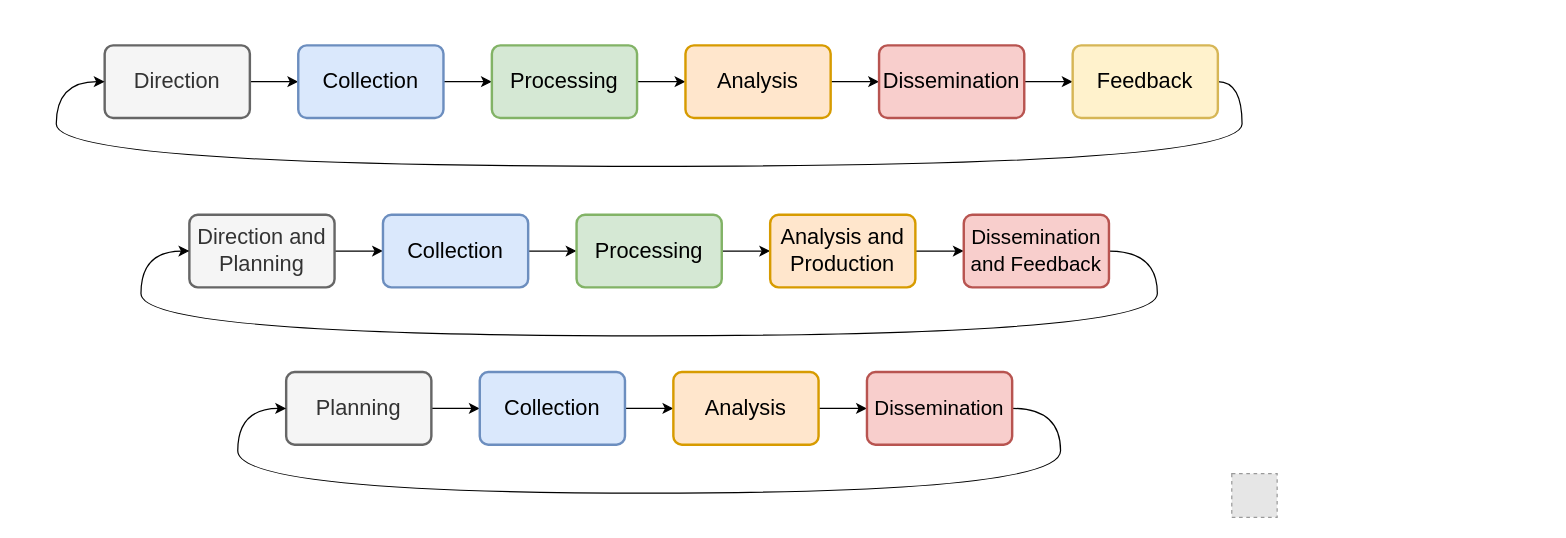
qeeqbox/threat-intelligence keeps this draw.io diagram as threat-intelligence.drawio. Above is the earlier version. Source tidied: cells renumbered, new cells numbered last; positions are measured from the earlier drawing's top-left corner, leaving out a move shared by most shapes. Both pictures are drawn from the tidied source at 121%, with x=0, y=0 at pixel (21, 21). Pictures stored in the file or linked from it are replaced by grey dashed boxes.
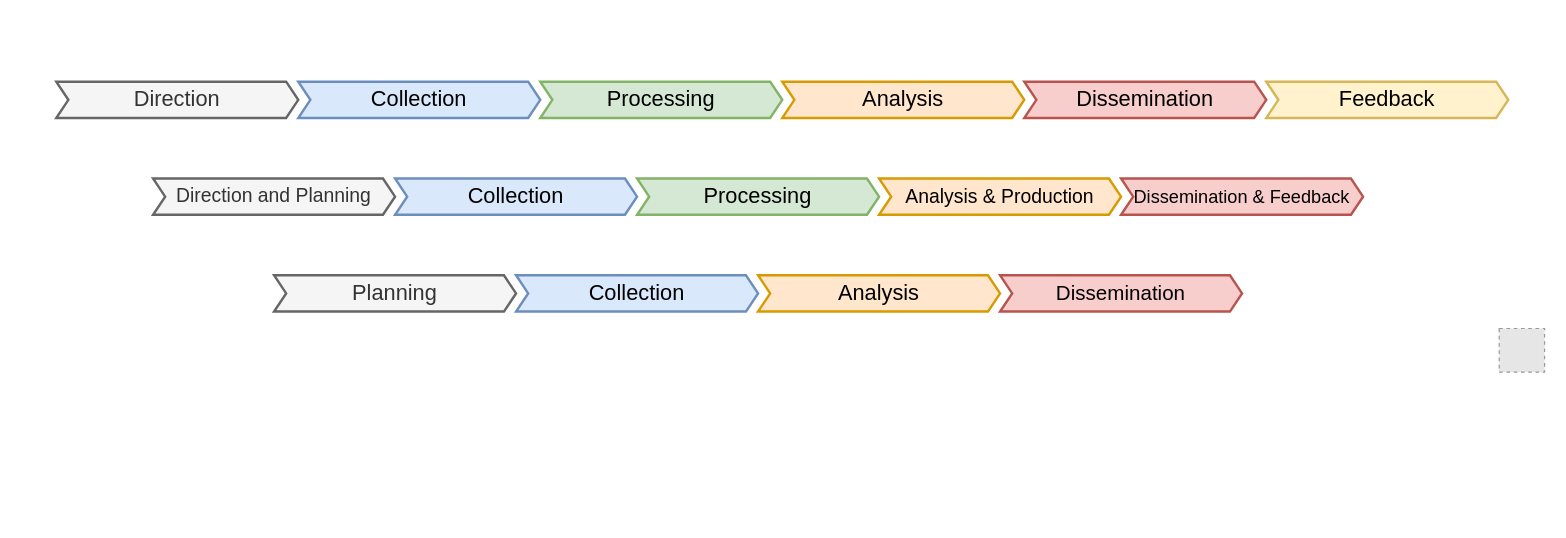
After the change.

What changed in the source:
```diff
@@
     <mxCell id="2" style="rounded=0;whiteSpace=wrap;html=1;fontSize=17;strokeColor=none;fillColor=#FFFFFF;" parent="1" vertex="1">
-      <mxGeometry width="1038" height="410" as="geometry" />
+      <mxGeometry width="1259" height="290" as="geometry" />
     </mxCell>
-    <mxCell id="3" style="edgeStyle=orthogonalEdgeStyle;rounded=0;jettySize=auto;html=1;exitX=1;exitY=0.5;exitDx=0;exitDy=0;fontSize=18;entryX=0;entryY=0.5;entryDx=0;entryDy=0;" parent="1" edge="1" source="4" target="6">
-      <mxGeometry relative="1" as="geometry" />
-    </mxCell>
-    <mxCell id="4" value="Direction" style="rounded=1;whiteSpace=wrap;html=1;absoluteArcSize=1;arcSize=14;strokeWidth=2;fillColor=#f5f5f5;strokeColor=#666666;fontColor=#333333;fontSize=18;" parent="1" vertex="1">
-      <mxGeometry x="69" y="20" width="120" height="60" as="geometry" />
+    <mxCell id="4" value="&lt;span style=&quot;color: rgb(51, 51, 51); font-size: 18px; font-weight: 400;&quot;&gt;Direction&lt;/span&gt;" style="shape=step;perimeter=stepPerimeter;whiteSpace=wrap;html=1;fixedSize=1;size=10;fillColor=#f5f5f5;strokeColor=#666666;fontSize=18;fontColor=#333333;fontStyle=1;align=center;rounded=0;arcSize=14;strokeWidth=2;" parent="1" vertex="1">
+      <mxGeometry x="29" y="50" width="200" height="30" as="geometry" />
     </mxCell>
-    <mxCell id="5" style="edgeStyle=orthogonalEdgeStyle;rounded=0;jettySize=auto;html=1;exitX=1;exitY=0.5;exitDx=0;exitDy=0;entryX=0;entryY=0.5;entryDx=0;entryDy=0;fontSize=18;" parent="1" edge="1" source="6" target="8">
-      <mxGeometry relative="1" as="geometry" />
-    </mxCell>
-    <mxCell id="6" value="Collection" style="rounded=1;whiteSpace=wrap;html=1;absoluteArcSize=1;arcSize=14;strokeWidth=2;fillColor=#dae8fc;strokeColor=#6c8ebf;fontSize=18;" parent="1" vertex="1">
-      <mxGeometry x="229" y="20" width="120" height="60" as="geometry" />
-    </mxCell>
-    <mxCell id="7" style="edgeStyle=orthogonalEdgeStyle;rounded=0;jettySize=auto;html=1;exitX=1;exitY=0.5;exitDx=0;exitDy=0;entryX=0;entryY=0.5;entryDx=0;entryDy=0;fontSize=18;" parent="1" edge="1" source="8" target="10">
-      <mxGeometry relative="1" as="geometry" />
-    </mxCell>
-    <mxCell id="8" value="Processing" style="rounded=1;whiteSpace=wrap;html=1;absoluteArcSize=1;arcSize=14;strokeWidth=2;fillColor=#d5e8d4;strokeColor=#82b366;fontSize=18;" parent="1" vertex="1">
-      <mxGeometry x="389" y="20" width="120" height="60" as="geometry" />
-    </mxCell>
-    <mxCell id="9" style="edgeStyle=orthogonalEdgeStyle;rounded=0;jettySize=auto;html=1;exitX=1;exitY=0.5;exitDx=0;exitDy=0;entryX=0;entryY=0.5;entryDx=0;entryDy=0;fontSize=18;" parent="1" edge="1" source="10" target="12">
-      <mxGeometry relative="1" as="geometry" />
-    </mxCell>
-    <mxCell id="10" value="Analysis" style="rounded=1;whiteSpace=wrap;html=1;absoluteArcSize=1;arcSize=14;strokeWidth=2;fillColor=#ffe6cc;strokeColor=#d79b00;fontSize=18;" parent="1" vertex="1">
-      <mxGeometry x="549" y="20" width="120" height="60" as="geometry" />
-    </mxCell>
-    <mxCell id="11" style="edgeStyle=orthogonalEdgeStyle;rounded=0;jettySize=auto;html=1;exitX=1;exitY=0.5;exitDx=0;exitDy=0;entryX=0;entryY=0.5;entryDx=0;entryDy=0;fontSize=18;" parent="1" edge="1" source="12" target="14">
-      <mxGeometry relative="1" as="geometry" />
-    </mxCell>
-    <mxCell id="12" value="Dissemination" style="rounded=1;whiteSpace=wrap;html=1;absoluteArcSize=1;arcSize=14;strokeWidth=2;fillColor=#f8cecc;strokeColor=#b85450;fontSize=18;" parent="1" vertex="1">
-      <mxGeometry x="709" y="20" width="120" height="60" as="geometry" />
-    </mxCell>
-    <mxCell id="13" style="edgeStyle=orthogonalEdgeStyle;jettySize=auto;html=1;exitX=1;exitY=0.5;exitDx=0;exitDy=0;fontSize=18;entryX=0;entryY=0.5;entryDx=0;entryDy=0;curved=1;" parent="1" edge="1" source="14" target="4">
-      <mxGeometry relative="1" as="geometry">
-        <Array as="points">
-          <mxPoint x="1009" y="50" />
-          <mxPoint x="1009" y="120" />
-          <mxPoint x="29" y="120" />
-          <mxPoint x="29" y="50" />
-        </Array>
-      </mxGeometry>
-    </mxCell>
+    <mxCell id="15" style="fillColor=#E6E6E6;strokeColor=#999999;dashed=1;verticalLabelPosition=bottom;labelBackgroundColor=default;verticalAlign=top;" parent="1" vertex="1">
+      <mxGeometry x="1221.5" y="254" width="37.5" height="36" as="geometry" />
+    </mxCell>
+    <mxCell id="34" value="&lt;span style=&quot;color: rgb(0, 0, 0); font-size: 18px; font-weight: 400;&quot;&gt;Collection&lt;/span&gt;" style="shape=step;perimeter=stepPerimeter;whiteSpace=wrap;html=1;fixedSize=1;size=10;fillColor=#dae8fc;strokeColor=#6c8ebf;fontSize=18;fontColor=default;fontStyle=1;align=center;rounded=0;arcSize=14;strokeWidth=2;" parent="1" vertex="1">
+      <mxGeometry x="229" y="50" width="200" height="30" as="geometry" />
+    </mxCell>
+    <mxCell id="35" value="&lt;span style=&quot;color: rgb(0, 0, 0); font-size: 18px; font-weight: 400;&quot;&gt;Processing&lt;/span&gt;" style="shape=step;perimeter=stepPerimeter;whiteSpace=wrap;html=1;fixedSize=1;size=10;fillColor=#d5e8d4;strokeColor=#82b366;fontSize=18;fontColor=default;fontStyle=1;align=center;rounded=0;arcSize=14;strokeWidth=2;" parent="1" vertex="1">
+      <mxGeometry x="429" y="50" width="200" height="30" as="geometry" />
+    </mxCell>
+    <mxCell id="36" value="&lt;span style=&quot;color: rgb(0, 0, 0); font-size: 18px; font-weight: 400;&quot;&gt;Analysis&lt;/span&gt;" style="shape=step;perimeter=stepPerimeter;whiteSpace=wrap;html=1;fixedSize=1;size=10;fillColor=#ffe6cc;strokeColor=#d79b00;fontSize=18;fontColor=default;fontStyle=1;align=center;rounded=0;arcSize=14;strokeWidth=2;" parent="1" vertex="1">
+      <mxGeometry x="629" y="50" width="200" height="30" as="geometry" />
+    </mxCell>
+    <mxCell id="37" value="&lt;span style=&quot;color: rgb(0, 0, 0); font-size: 18px; font-weight: 400;&quot;&gt;Dissemination&lt;/span&gt;" style="shape=step;perimeter=stepPerimeter;whiteSpace=wrap;html=1;fixedSize=1;size=10;fillColor=#f8cecc;strokeColor=#b85450;fontSize=18;fontColor=default;fontStyle=1;align=center;rounded=0;arcSize=14;strokeWidth=2;" parent="1" vertex="1">
+      <mxGeometry x="829" y="50" width="200" height="30" as="geometry" />
+    </mxCell>
-    <mxCell id="14" value="Feedback" style="rounded=1;whiteSpace=wrap;html=1;absoluteArcSize=1;arcSize=14;strokeWidth=2;fillColor=#fff2cc;strokeColor=#d6b656;fontSize=18;" parent="1" vertex="1">
-      <mxGeometry x="869" y="20" width="120" height="60" as="geometry" />
+    <mxCell id="14" value="&lt;span style=&quot;color: rgb(0, 0, 0); font-size: 18px; font-weight: 400;&quot;&gt;Feedback&lt;/span&gt;" style="shape=step;perimeter=stepPerimeter;whiteSpace=wrap;html=1;fixedSize=1;size=10;fillColor=#fff2cc;strokeColor=#d6b656;fontSize=18;fontColor=default;fontStyle=1;align=center;rounded=0;arcSize=14;strokeWidth=2;" parent="1" vertex="1">
+      <mxGeometry x="1029" y="50" width="200" height="30" as="geometry" />
     </mxCell>
-    <mxCell id="15" style="fillColor=#E6E6E6;strokeColor=#999999;dashed=1;verticalLabelPosition=bottom;labelBackgroundColor=default;verticalAlign=top;" parent="1" vertex="1">
-      <mxGeometry x="1000.5" y="374" width="37.5" height="36" as="geometry" />
-    </mxCell>
-    <mxCell id="16" style="edgeStyle=orthogonalEdgeStyle;rounded=0;jettySize=auto;html=1;exitX=1;exitY=0.5;exitDx=0;exitDy=0;fontSize=18;entryX=0;entryY=0.5;entryDx=0;entryDy=0;" parent="1" edge="1" source="17" target="19">
-      <mxGeometry relative="1" as="geometry" />
-    </mxCell>
+    <mxCell id="27" value="&lt;span style=&quot;font-weight: 400;&quot;&gt;Planning&lt;/span&gt;" style="shape=step;perimeter=stepPerimeter;whiteSpace=wrap;html=1;fixedSize=1;size=10;fillColor=#f5f5f5;strokeColor=#666666;fontSize=18;fontColor=#333333;fontStyle=1;align=center;rounded=0;arcSize=14;strokeWidth=2;" parent="1" vertex="1">
+      <mxGeometry x="209" y="210" width="200" height="30" as="geometry" />
+    </mxCell>
+    <mxCell id="38" value="&lt;span style=&quot;color: rgb(0, 0, 0); font-size: 18px; font-weight: 400;&quot;&gt;Collection&lt;/span&gt;" style="shape=step;perimeter=stepPerimeter;whiteSpace=wrap;html=1;fixedSize=1;size=10;fillColor=#dae8fc;strokeColor=#6c8ebf;fontSize=18;fontColor=default;fontStyle=1;align=center;rounded=0;arcSize=14;strokeWidth=2;" parent="1" vertex="1">
+      <mxGeometry x="409" y="210" width="200" height="30" as="geometry" />
+    </mxCell>
+    <mxCell id="39" value="&lt;span style=&quot;font-weight: 400;&quot;&gt;Analysis&lt;/span&gt;" style="shape=step;perimeter=stepPerimeter;whiteSpace=wrap;html=1;fixedSize=1;size=10;fillColor=#ffe6cc;strokeColor=#d79b00;fontSize=18;fontColor=default;fontStyle=1;align=center;rounded=0;arcSize=14;strokeWidth=2;" parent="1" vertex="1">
+      <mxGeometry x="609" y="210" width="200" height="30" as="geometry" />
+    </mxCell>
+    <mxCell id="40" value="&lt;span style=&quot;font-size: 17px; font-weight: 400;&quot;&gt;Dissemination&lt;/span&gt;" style="shape=step;perimeter=stepPerimeter;whiteSpace=wrap;html=1;fixedSize=1;size=10;fillColor=#f8cecc;strokeColor=#b85450;fontSize=18;fontColor=default;fontStyle=1;align=center;rounded=0;arcSize=14;strokeWidth=2;" parent="1" vertex="1">
+      <mxGeometry x="809" y="210" width="200" height="30" as="geometry" />
+    </mxCell>
-    <mxCell id="17" value="Direction and Planning" style="rounded=1;whiteSpace=wrap;html=1;absoluteArcSize=1;arcSize=14;strokeWidth=2;fillColor=#f5f5f5;strokeColor=#666666;fontColor=#333333;fontSize=18;" parent="1" vertex="1">
-      <mxGeometry x="139" y="160" width="120" height="60" as="geometry" />
+    <mxCell id="17" value="&lt;span style=&quot;font-weight: 400;&quot;&gt;&lt;font style=&quot;font-size: 16px;&quot;&gt;Direction and Planning&lt;/font&gt;&lt;/span&gt;" style="shape=step;perimeter=stepPerimeter;whiteSpace=wrap;html=1;fixedSize=1;size=10;fillColor=#f5f5f5;strokeColor=#666666;fontSize=17;fontColor=#333333;fontStyle=1;align=center;rounded=0;arcSize=14;strokeWidth=2;" parent="1" vertex="1">
+      <mxGeometry x="109" y="130" width="200" height="30" as="geometry" />
     </mxCell>
-    <mxCell id="18" style="edgeStyle=orthogonalEdgeStyle;rounded=0;jettySize=auto;html=1;exitX=1;exitY=0.5;exitDx=0;exitDy=0;entryX=0;entryY=0.5;entryDx=0;entryDy=0;fontSize=18;" parent="1" edge="1" source="19" target="21">
-      <mxGeometry relative="1" as="geometry" />
-    </mxCell>
-    <mxCell id="19" value="Collection" style="rounded=1;whiteSpace=wrap;html=1;absoluteArcSize=1;arcSize=14;strokeWidth=2;fillColor=#dae8fc;strokeColor=#6c8ebf;fontSize=18;" parent="1" vertex="1">
-      <mxGeometry x="299" y="160" width="120" height="60" as="geometry" />
-    </mxCell>
-    <mxCell id="20" style="edgeStyle=orthogonalEdgeStyle;rounded=0;jettySize=auto;html=1;exitX=1;exitY=0.5;exitDx=0;exitDy=0;entryX=0;entryY=0.5;entryDx=0;entryDy=0;fontSize=18;" parent="1" edge="1" source="21" target="23">
-      <mxGeometry relative="1" as="geometry" />
-    </mxCell>
-    <mxCell id="21" value="Processing" style="rounded=1;whiteSpace=wrap;html=1;absoluteArcSize=1;arcSize=14;strokeWidth=2;fillColor=#d5e8d4;strokeColor=#82b366;fontSize=18;" parent="1" vertex="1">
-      <mxGeometry x="459" y="160" width="120" height="60" as="geometry" />
-    </mxCell>
-    <mxCell id="22" style="edgeStyle=orthogonalEdgeStyle;rounded=0;jettySize=auto;html=1;exitX=1;exitY=0.5;exitDx=0;exitDy=0;entryX=0;entryY=0.5;entryDx=0;entryDy=0;fontSize=18;" parent="1" edge="1" source="23">
-      <mxGeometry relative="1" as="geometry">
-        <mxPoint x="779" y="190" as="targetPoint" />
-      </mxGeometry>
-    </mxCell>
-    <mxCell id="23" value="Analysis and Production" style="rounded=1;whiteSpace=wrap;html=1;absoluteArcSize=1;arcSize=14;strokeWidth=2;fillColor=#ffe6cc;strokeColor=#d79b00;fontSize=18;" parent="1" vertex="1">
-      <mxGeometry x="619" y="160" width="120" height="60" as="geometry" />
-    </mxCell>
-    <mxCell id="24" style="edgeStyle=orthogonalEdgeStyle;jettySize=auto;html=1;exitX=1;exitY=0.5;exitDx=0;exitDy=0;fontSize=18;entryX=0;entryY=0.5;entryDx=0;entryDy=0;curved=1;" parent="1" edge="1" source="25" target="17">
-      <mxGeometry relative="1" as="geometry">
-        <Array as="points">
-          <mxPoint x="939" y="190" />
-          <mxPoint x="939" y="260" />
-          <mxPoint x="99" y="260" />
-          <mxPoint x="99" y="190" />
-        </Array>
-      </mxGeometry>
-    </mxCell>
-    <mxCell id="25" value="&lt;font style=&quot;font-size: 17px;&quot;&gt;Dissemination and Feedback&lt;/font&gt;" style="rounded=1;whiteSpace=wrap;html=1;absoluteArcSize=1;arcSize=14;strokeWidth=2;fillColor=#f8cecc;strokeColor=#b85450;fontSize=18;" parent="1" vertex="1">
-      <mxGeometry x="779" y="160" width="120" height="60" as="geometry" />
-    </mxCell>
-    <mxCell id="26" style="edgeStyle=orthogonalEdgeStyle;rounded=0;jettySize=auto;html=1;exitX=1;exitY=0.5;exitDx=0;exitDy=0;entryX=0;entryY=0.5;entryDx=0;entryDy=0;fontSize=18;" parent="1" edge="1" source="27" target="29">
-      <mxGeometry relative="1" as="geometry" />
-    </mxCell>
-    <mxCell id="27" value="&lt;span style=&quot;color: rgb(51, 51, 51);&quot;&gt;Planning&lt;/span&gt;" style="rounded=1;whiteSpace=wrap;html=1;absoluteArcSize=1;arcSize=14;strokeWidth=2;fillColor=#f5f5f5;strokeColor=#666666;fontSize=18;fontColor=#333333;" parent="1" vertex="1">
-      <mxGeometry x="219" y="290" width="120" height="60" as="geometry" />
-    </mxCell>
-    <mxCell id="28" style="edgeStyle=orthogonalEdgeStyle;rounded=0;jettySize=auto;html=1;exitX=1;exitY=0.5;exitDx=0;exitDy=0;entryX=0;entryY=0.5;entryDx=0;entryDy=0;fontSize=18;" parent="1" edge="1" source="29" target="31">
-      <mxGeometry relative="1" as="geometry" />
-    </mxCell>
-    <mxCell id="29" value="Collection" style="rounded=1;whiteSpace=wrap;html=1;absoluteArcSize=1;arcSize=14;strokeWidth=2;fillColor=#dae8fc;strokeColor=#6c8ebf;fontSize=18;" parent="1" vertex="1">
-      <mxGeometry x="379" y="290" width="120" height="60" as="geometry" />
-    </mxCell>
-    <mxCell id="30" style="edgeStyle=orthogonalEdgeStyle;rounded=0;jettySize=auto;html=1;exitX=1;exitY=0.5;exitDx=0;exitDy=0;entryX=0;entryY=0.5;entryDx=0;entryDy=0;fontSize=18;" parent="1" edge="1" source="31">
-      <mxGeometry relative="1" as="geometry">
-        <mxPoint x="699" y="320" as="targetPoint" />
-      </mxGeometry>
-    </mxCell>
-    <mxCell id="31" value="Analysis" style="rounded=1;whiteSpace=wrap;html=1;absoluteArcSize=1;arcSize=14;strokeWidth=2;fillColor=#ffe6cc;strokeColor=#d79b00;fontSize=18;" parent="1" vertex="1">
-      <mxGeometry x="539" y="290" width="120" height="60" as="geometry" />
-    </mxCell>
-    <mxCell id="32" style="edgeStyle=orthogonalEdgeStyle;jettySize=auto;html=1;exitX=1;exitY=0.5;exitDx=0;exitDy=0;fontSize=18;entryX=0;entryY=0.5;entryDx=0;entryDy=0;curved=1;" parent="1" edge="1" source="33" target="27">
-      <mxGeometry relative="1" as="geometry">
-        <Array as="points">
-          <mxPoint x="859" y="320" />
-          <mxPoint x="859" y="390" />
-          <mxPoint x="179" y="390" />
-          <mxPoint x="179" y="320" />
-        </Array>
-      </mxGeometry>
-    </mxCell>
-    <mxCell id="33" value="&lt;span style=&quot;font-size: 17px;&quot;&gt;Dissemination&lt;/span&gt;" style="rounded=1;whiteSpace=wrap;html=1;absoluteArcSize=1;arcSize=14;strokeWidth=2;fillColor=#f8cecc;strokeColor=#b85450;fontSize=18;" parent="1" vertex="1">
-      <mxGeometry x="699" y="290" width="120" height="60" as="geometry" />
-    </mxCell>
+    <mxCell id="41" value="&lt;span style=&quot;color: rgb(0, 0, 0); font-size: 18px; font-weight: 400;&quot;&gt;Collection&lt;/span&gt;" style="shape=step;perimeter=stepPerimeter;whiteSpace=wrap;html=1;fixedSize=1;size=10;fillColor=#dae8fc;strokeColor=#6c8ebf;fontSize=18;fontColor=default;fontStyle=1;align=center;rounded=0;arcSize=14;strokeWidth=2;" parent="1" vertex="1">
+      <mxGeometry x="309" y="130" width="200" height="30" as="geometry" />
+    </mxCell>
+    <mxCell id="42" value="&lt;span style=&quot;color: rgb(0, 0, 0); font-size: 18px; font-weight: 400;&quot;&gt;Processing&lt;/span&gt;" style="shape=step;perimeter=stepPerimeter;whiteSpace=wrap;html=1;fixedSize=1;size=10;fillColor=#d5e8d4;strokeColor=#82b366;fontSize=18;fontColor=default;fontStyle=1;align=center;rounded=0;arcSize=14;strokeWidth=2;" parent="1" vertex="1">
+      <mxGeometry x="509" y="130" width="200" height="30" as="geometry" />
+    </mxCell>
+    <mxCell id="43" value="&lt;span style=&quot;font-weight: 400;&quot;&gt;&lt;font style=&quot;font-size: 16px;&quot;&gt;Analysis &amp;amp; Production&lt;/font&gt;&lt;/span&gt;" style="shape=step;perimeter=stepPerimeter;whiteSpace=wrap;html=1;fixedSize=1;size=10;fillColor=#ffe6cc;strokeColor=#d79b00;fontSize=18;fontColor=default;fontStyle=1;align=center;rounded=0;arcSize=14;strokeWidth=2;" parent="1" vertex="1">
+      <mxGeometry x="709" y="130" width="200" height="30" as="geometry" />
+    </mxCell>
+    <mxCell id="44" value="&lt;span style=&quot;font-weight: 400; font-size: 15px;&quot;&gt;&lt;font style=&quot;font-size: 15px;&quot;&gt;Dissemination &amp;amp; Feedback&lt;/font&gt;&lt;/span&gt;" style="shape=step;perimeter=stepPerimeter;whiteSpace=wrap;html=1;fixedSize=1;size=10;fillColor=#f8cecc;strokeColor=#b85450;fontSize=15;fontColor=default;fontStyle=1;align=center;rounded=0;arcSize=14;strokeWidth=2;" parent="1" vertex="1">
+      <mxGeometry x="909" y="130" width="200" height="30" as="geometry" />
+    </mxCell>
```
